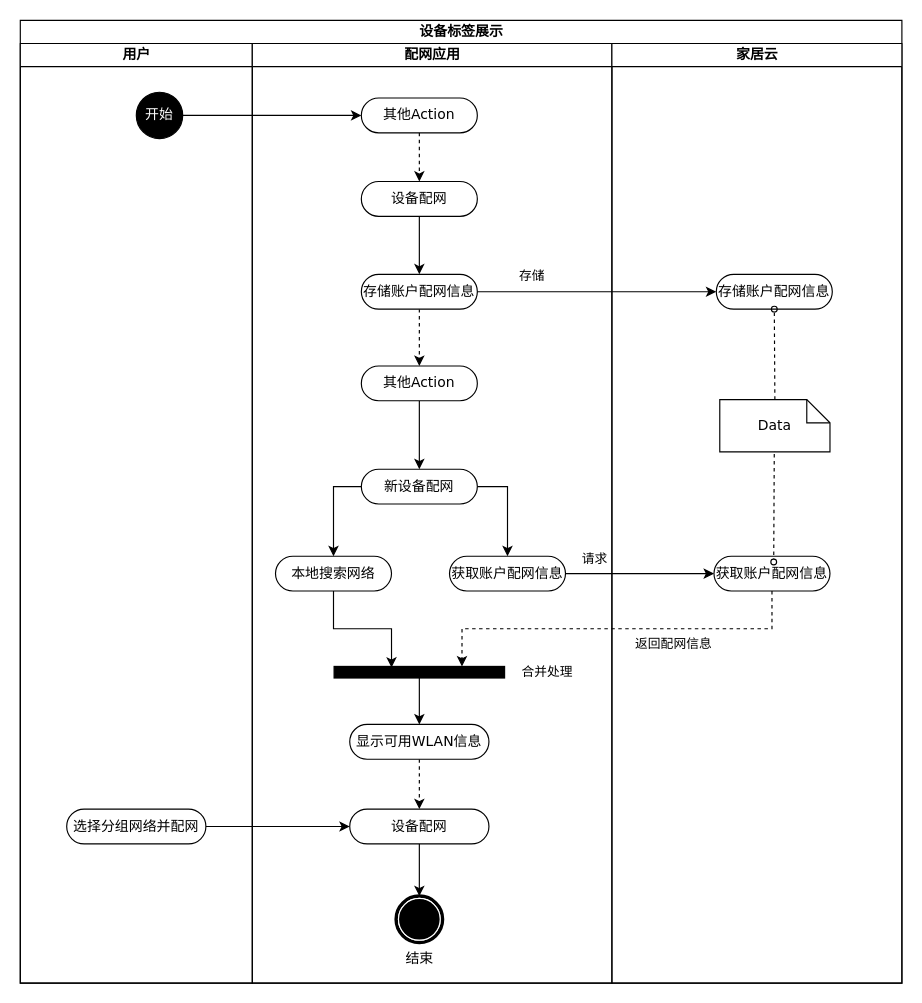
Above: draw/智能家居配网场景设备发现与标签展示.drawio in befairyliu/draw.io (draw.io), before the change. Source tidied: cells renumbered, new cells numbered last; positions are measured from the earlier drawing's top-left corner, leaving out a move shared by most shapes. Both pictures are drawn from the tidied source at 116%, with x=0, y=0 at pixel (20, 20).
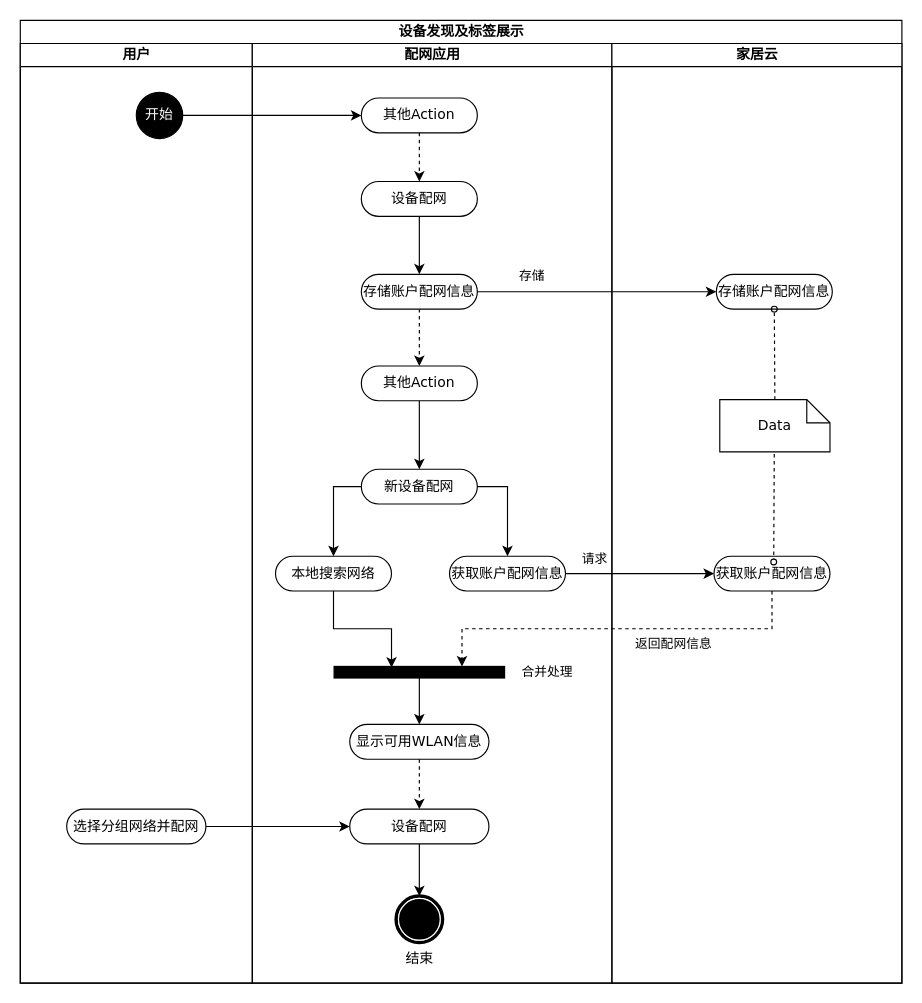
The same page after the edit.

Commit message (it also covers changes not shown here):
Update 智能家居配网场景设备发现与标签展示.drawio

Change to the diagram source:
```diff
@@
-    <mxCell id="2" value="设备标签展示" style="swimlane;html=1;startSize=20;rounded=0;shadow=0;comic=0;labelBackgroundColor=none;strokeWidth=1;fontFamily=Verdana;fontSize=12;align=center;" parent="1" vertex="1">
+    <mxCell id="2" value="设备发现及标签展示" style="swimlane;html=1;startSize=20;rounded=0;shadow=0;comic=0;labelBackgroundColor=none;strokeWidth=1;fontFamily=Verdana;fontSize=12;align=center;" parent="1" vertex="1">
       <mxGeometry width="760" height="830" as="geometry" />
     </mxCell>
```
